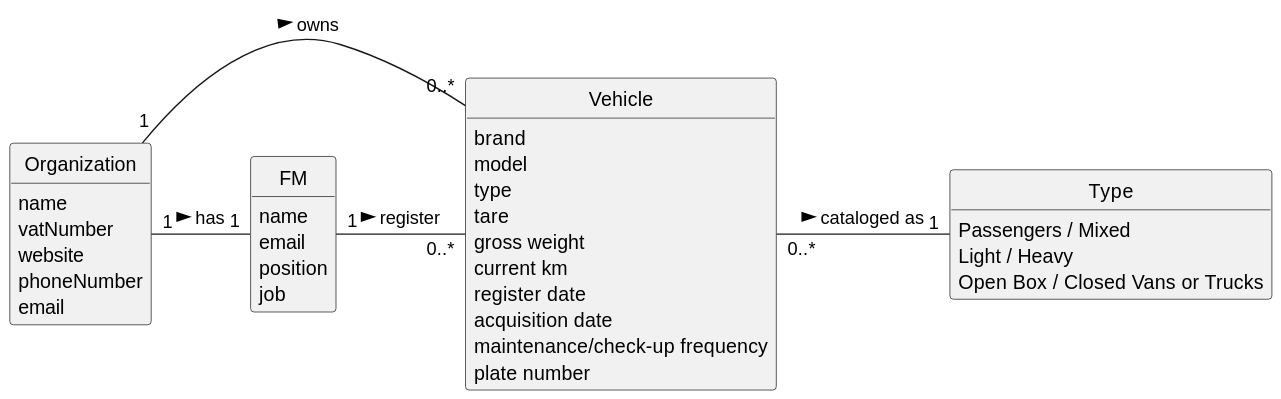
Before: docs/sprintA/us006/02.analysis/svg/us006-domain-model.svg, a diagram exported from PlantUML (daniel41silva05/ISEP_2023_2024_LAPR2).
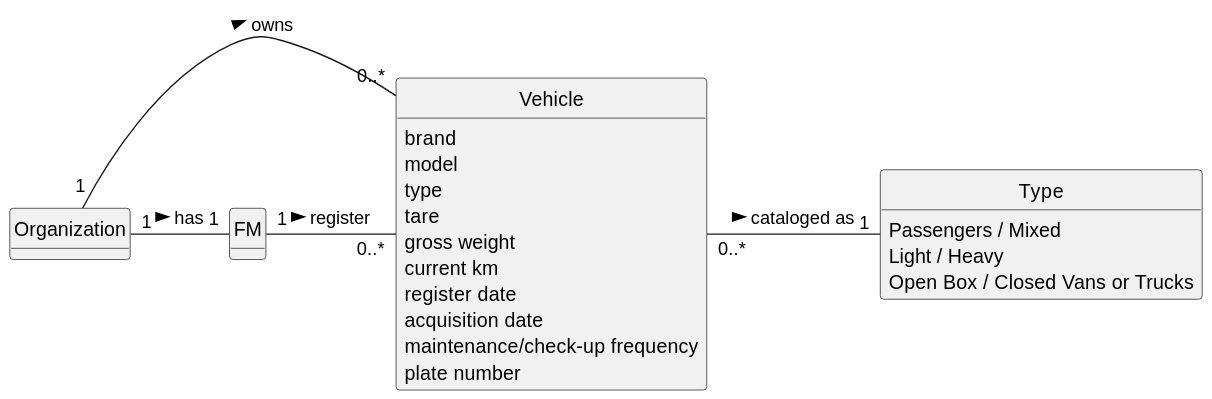
Later version of the same file.

What changed in the source:
```diff
@@ -10,11 +10,6 @@
 hide methods
 
 class Organization {
-    name
-    vatNumber
-    website
-    phoneNumber
-    email
 }
 
 class Vehicle {
@@ -31,10 +26,6 @@
 }
 
 class FM {
-    name
-    email
-    position
-    job
 }
 
 class Type {
```
